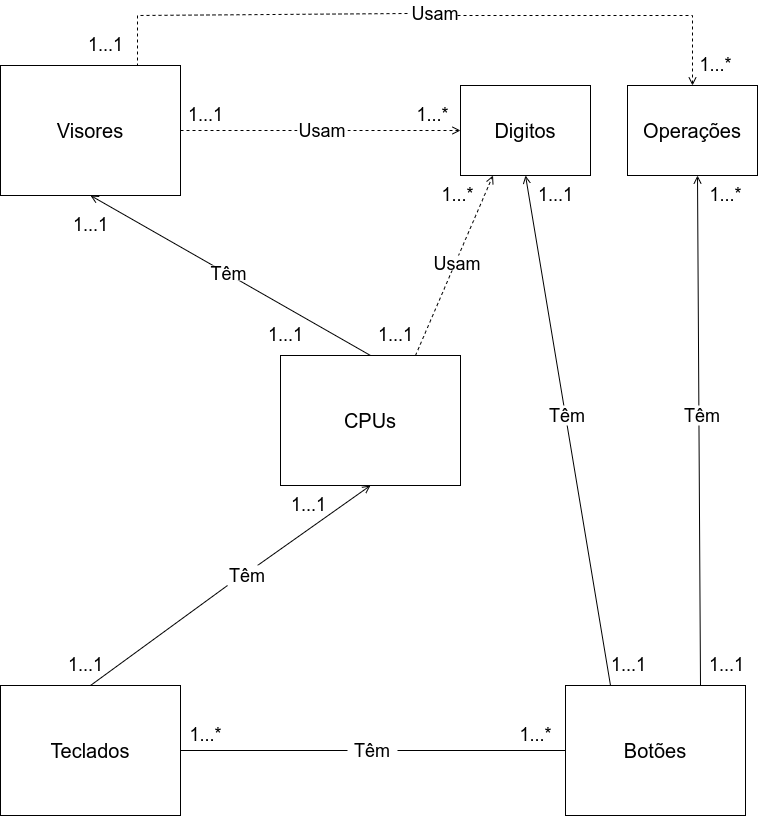
Before: Model/Calculator.drawio.png, a diagram exported from draw.io (RenanGAS/Calculator). Source tidied: cells renumbered, new cells last; positions are measured from the earlier drawing's top-left corner, leaving out a move shared by most shapes. Source of this version:
```xml
<mxGraphModel>
  <root>
    <mxCell id="0" />
    <mxCell id="1" parent="0" />
    <mxCell id="2" style="endArrow=open;html=1;rounded=0;fontSize=20;endFill=0;exitX=1;exitY=0.5;exitDx=0;exitDy=0;entryX=0;entryY=0.5;entryDx=0;entryDy=0;dashed=1;" parent="1" edge="1" source="36" target="4">
      <mxGeometry relative="1" as="geometry" />
    </mxCell>
    <mxCell id="3" value="&lt;font style=&quot;font-size: 20px&quot;&gt;Visores&lt;/font&gt;" style="rounded=0;whiteSpace=wrap;html=1;" parent="1" vertex="1">
      <mxGeometry y="60" width="180" height="130" as="geometry" />
    </mxCell>
    <mxCell id="4" value="&lt;font style=&quot;font-size: 20px&quot;&gt;Digitos&lt;/font&gt;" style="rounded=0;whiteSpace=wrap;html=1;" parent="1" vertex="1">
      <mxGeometry x="460" y="80" width="130" height="90" as="geometry" />
    </mxCell>
    <mxCell id="5" value="&lt;font style=&quot;font-size: 20px&quot;&gt;CPUs&lt;/font&gt;" style="rounded=0;whiteSpace=wrap;html=1;" parent="1" vertex="1">
      <mxGeometry x="280" y="350" width="180" height="130" as="geometry" />
    </mxCell>
    <mxCell id="6" value="&lt;font style=&quot;font-size: 20px&quot;&gt;Teclados&lt;/font&gt;" style="rounded=0;whiteSpace=wrap;html=1;" parent="1" vertex="1">
      <mxGeometry y="680" width="180" height="130" as="geometry" />
    </mxCell>
    <mxCell id="7" value="&lt;font style=&quot;font-size: 20px&quot;&gt;Botões&lt;/font&gt;" style="rounded=0;whiteSpace=wrap;html=1;" parent="1" vertex="1">
      <mxGeometry x="565" y="680" width="180" height="130" as="geometry" />
    </mxCell>
    <mxCell id="8" style="endArrow=none;html=1;rounded=0;fontSize=20;endFill=0;exitX=0;exitY=0.5;exitDx=0;exitDy=0;entryX=1;entryY=0.5;entryDx=0;entryDy=0;" parent="1" edge="1" source="7" target="6">
      <mxGeometry relative="1" as="geometry" />
    </mxCell>
    <mxCell id="9" style="endArrow=open;html=1;rounded=0;fontSize=20;endFill=0;exitX=0.25;exitY=0;exitDx=0;exitDy=0;entryX=0.5;entryY=1;entryDx=0;entryDy=0;" parent="1" edge="1" source="7" target="4">
      <mxGeometry relative="1" as="geometry" />
    </mxCell>
    <mxCell id="10" value="&lt;font style=&quot;font-size: 18px&quot;&gt;Têm&lt;/font&gt;" style="text;html=1;strokeColor=none;fillColor=default;align=center;verticalAlign=middle;whiteSpace=wrap;rounded=0;fontSize=20;" parent="1" vertex="1">
      <mxGeometry x="347" y="735" width="50" height="20" as="geometry" />
    </mxCell>
    <mxCell id="11" value="&lt;font style=&quot;font-size: 20px&quot;&gt;Operações&lt;/font&gt;" style="rounded=0;whiteSpace=wrap;html=1;" parent="1" vertex="1">
      <mxGeometry x="627" y="80" width="130" height="90" as="geometry" />
    </mxCell>
    <mxCell id="12" style="endArrow=open;html=1;rounded=0;fontSize=20;endFill=0;exitX=0.75;exitY=0;exitDx=0;exitDy=0;entryX=0.5;entryY=1;entryDx=0;entryDy=0;" parent="1" edge="1" source="7">
      <mxGeometry relative="1" as="geometry">
        <mxPoint x="697" y="170" as="targetPoint" />
      </mxGeometry>
    </mxCell>
    <mxCell id="13" value="&lt;font style=&quot;font-size: 18px&quot;&gt;Têm&lt;/font&gt;" style="text;html=1;strokeColor=none;fillColor=default;align=center;verticalAlign=middle;whiteSpace=wrap;rounded=0;fontSize=20;" parent="1" vertex="1">
      <mxGeometry x="547" y="400" width="40" height="20" as="geometry" />
    </mxCell>
    <mxCell id="14" value="&lt;font style=&quot;font-size: 18px&quot;&gt;Têm&lt;/font&gt;" style="text;html=1;strokeColor=none;fillColor=default;align=center;verticalAlign=middle;whiteSpace=wrap;rounded=0;fontSize=20;" parent="1" vertex="1">
      <mxGeometry x="677" y="400" width="50" height="20" as="geometry" />
    </mxCell>
    <mxCell id="15" style="endArrow=none;html=1;rounded=0;fontSize=20;endFill=0;exitX=0;exitY=0.5;exitDx=0;exitDy=0;entryX=1;entryY=0.5;entryDx=0;entryDy=0;dashed=1;startArrow=none;" parent="1" edge="1" source="36" target="3">
      <mxGeometry relative="1" as="geometry" />
    </mxCell>
    <mxCell id="16" style="endArrow=open;html=1;rounded=0;fontSize=20;endFill=0;exitX=0.5;exitY=0;exitDx=0;exitDy=0;entryX=0.5;entryY=1;entryDx=0;entryDy=0;" parent="1" edge="1" source="5" target="3">
      <mxGeometry relative="1" as="geometry" />
    </mxCell>
    <mxCell id="17" value="&lt;font style=&quot;font-size: 18px&quot;&gt;Têm&lt;/font&gt;" style="text;html=1;strokeColor=none;fillColor=default;align=center;verticalAlign=middle;whiteSpace=wrap;rounded=0;fontSize=20;" parent="1" vertex="1">
      <mxGeometry x="207" y="260" width="43" height="15" as="geometry" />
    </mxCell>
    <mxCell id="18" style="endArrow=open;html=1;rounded=0;fontSize=20;endFill=0;exitX=0.75;exitY=0;exitDx=0;exitDy=0;entryX=0.5;entryY=1;entryDx=0;entryDy=0;startArrow=none;" parent="1" edge="1" source="39" target="5">
      <mxGeometry relative="1" as="geometry" />
    </mxCell>
    <mxCell id="19" style="endArrow=open;html=1;rounded=0;fontSize=20;endFill=0;exitX=0.75;exitY=0;exitDx=0;exitDy=0;entryX=0.25;entryY=1;entryDx=0;entryDy=0;dashed=1;" parent="1" edge="1" source="5" target="4">
      <mxGeometry relative="1" as="geometry" />
    </mxCell>
    <mxCell id="20" value="&lt;font style=&quot;font-size: 18px&quot;&gt;Usam&lt;/font&gt;" style="text;html=1;strokeColor=none;fillColor=default;align=center;verticalAlign=middle;whiteSpace=wrap;rounded=0;fontSize=20;" parent="1" vertex="1">
      <mxGeometry x="432" y="250" width="50" height="15" as="geometry" />
    </mxCell>
    <mxCell id="21" style="endArrow=none;html=1;rounded=0;fontSize=20;endFill=0;dashed=1;startArrow=none;" parent="1" edge="1">
      <mxGeometry relative="1" as="geometry">
        <mxPoint x="407" y="8" as="sourcePoint" />
        <mxPoint x="137" y="60" as="targetPoint" />
        <Array as="points">
          <mxPoint x="137" y="10" />
        </Array>
      </mxGeometry>
    </mxCell>
    <mxCell id="22" value="&lt;font style=&quot;font-size: 18px&quot;&gt;1...*&lt;/font&gt;" style="text;html=1;strokeColor=none;fillColor=none;align=center;verticalAlign=middle;whiteSpace=wrap;rounded=0;fontSize=18;" parent="1" vertex="1">
      <mxGeometry x="187" y="720" width="37" height="20" as="geometry" />
    </mxCell>
    <mxCell id="23" value="&lt;font style=&quot;font-size: 18px&quot;&gt;1...*&lt;/font&gt;" style="text;html=1;strokeColor=none;fillColor=none;align=center;verticalAlign=middle;whiteSpace=wrap;rounded=0;fontSize=18;" parent="1" vertex="1">
      <mxGeometry x="517" y="720" width="37" height="20" as="geometry" />
    </mxCell>
    <mxCell id="24" value="&lt;font style=&quot;font-size: 18px&quot;&gt;1...1&lt;/font&gt;" style="text;html=1;strokeColor=none;fillColor=none;align=center;verticalAlign=middle;whiteSpace=wrap;rounded=0;fontSize=18;" parent="1" vertex="1">
      <mxGeometry x="290" y="490" width="37" height="20" as="geometry" />
    </mxCell>
    <mxCell id="25" value="&lt;font style=&quot;font-size: 18px&quot;&gt;1...1&lt;/font&gt;" style="text;html=1;strokeColor=none;fillColor=none;align=center;verticalAlign=middle;whiteSpace=wrap;rounded=0;fontSize=18;" parent="1" vertex="1">
      <mxGeometry x="67" y="650" width="37" height="20" as="geometry" />
    </mxCell>
    <mxCell id="26" value="&lt;font style=&quot;font-size: 18px&quot;&gt;1...1&lt;/font&gt;" style="text;html=1;strokeColor=none;fillColor=none;align=center;verticalAlign=middle;whiteSpace=wrap;rounded=0;fontSize=18;" parent="1" vertex="1">
      <mxGeometry x="537" y="180" width="37" height="20" as="geometry" />
    </mxCell>
    <mxCell id="27" value="&lt;font style=&quot;font-size: 18px&quot;&gt;1...1&lt;/font&gt;" style="text;html=1;strokeColor=none;fillColor=none;align=center;verticalAlign=middle;whiteSpace=wrap;rounded=0;fontSize=18;" parent="1" vertex="1">
      <mxGeometry x="610" y="650" width="37" height="20" as="geometry" />
    </mxCell>
    <mxCell id="28" value="&lt;font style=&quot;font-size: 18px&quot;&gt;1...*&lt;/font&gt;" style="text;html=1;strokeColor=none;fillColor=none;align=center;verticalAlign=middle;whiteSpace=wrap;rounded=0;fontSize=18;" parent="1" vertex="1">
      <mxGeometry x="707" y="180" width="37" height="20" as="geometry" />
    </mxCell>
    <mxCell id="29" value="&lt;font style=&quot;font-size: 18px&quot;&gt;1...1&lt;/font&gt;" style="text;html=1;strokeColor=none;fillColor=none;align=center;verticalAlign=middle;whiteSpace=wrap;rounded=0;fontSize=18;" parent="1" vertex="1">
      <mxGeometry x="708" y="650" width="37" height="20" as="geometry" />
    </mxCell>
    <mxCell id="30" value="&lt;font style=&quot;font-size: 18px&quot;&gt;1...*&lt;/font&gt;" style="text;html=1;strokeColor=none;fillColor=none;align=center;verticalAlign=middle;whiteSpace=wrap;rounded=0;fontSize=18;" parent="1" vertex="1">
      <mxGeometry x="438.5" y="180" width="37" height="20" as="geometry" />
    </mxCell>
    <mxCell id="31" value="&lt;font style=&quot;font-size: 18px&quot;&gt;1...1&lt;/font&gt;" style="text;html=1;strokeColor=none;fillColor=none;align=center;verticalAlign=middle;whiteSpace=wrap;rounded=0;fontSize=18;" parent="1" vertex="1">
      <mxGeometry x="377" y="320" width="37" height="20" as="geometry" />
    </mxCell>
    <mxCell id="32" value="&lt;font style=&quot;font-size: 18px&quot;&gt;1...*&lt;/font&gt;" style="text;html=1;strokeColor=none;fillColor=none;align=center;verticalAlign=middle;whiteSpace=wrap;rounded=0;fontSize=18;" parent="1" vertex="1">
      <mxGeometry x="697" y="50" width="37" height="20" as="geometry" />
    </mxCell>
    <mxCell id="33" value="&lt;font style=&quot;font-size: 18px&quot;&gt;1...1&lt;/font&gt;" style="text;html=1;strokeColor=none;fillColor=none;align=center;verticalAlign=middle;whiteSpace=wrap;rounded=0;fontSize=18;" parent="1" vertex="1">
      <mxGeometry x="87" y="30" width="37" height="20" as="geometry" />
    </mxCell>
    <mxCell id="34" value="&lt;font style=&quot;font-size: 18px&quot;&gt;1...*&lt;/font&gt;" style="text;html=1;strokeColor=none;fillColor=none;align=center;verticalAlign=middle;whiteSpace=wrap;rounded=0;fontSize=18;" parent="1" vertex="1">
      <mxGeometry x="414" y="100" width="37" height="20" as="geometry" />
    </mxCell>
    <mxCell id="35" value="&lt;font style=&quot;font-size: 18px&quot;&gt;1...1&lt;/font&gt;" style="text;html=1;strokeColor=none;fillColor=none;align=center;verticalAlign=middle;whiteSpace=wrap;rounded=0;fontSize=18;" parent="1" vertex="1">
      <mxGeometry x="187" y="100" width="37" height="20" as="geometry" />
    </mxCell>
    <mxCell id="36" value="&lt;font style=&quot;font-size: 18px&quot;&gt;Usam&lt;/font&gt;" style="text;html=1;strokeColor=none;fillColor=default;align=center;verticalAlign=middle;whiteSpace=wrap;rounded=0;fontSize=20;" parent="1" vertex="1">
      <mxGeometry x="297" y="117.5" width="50" height="15" as="geometry" />
    </mxCell>
    <mxCell id="37" value="&lt;font style=&quot;font-size: 18px&quot;&gt;Usam&lt;/font&gt;" style="text;html=1;strokeColor=none;fillColor=default;align=center;verticalAlign=middle;whiteSpace=wrap;rounded=0;fontSize=20;" parent="1" vertex="1">
      <mxGeometry x="410" width="50" height="15" as="geometry" />
    </mxCell>
    <mxCell id="38" style="endArrow=open;html=1;rounded=0;fontSize=20;endFill=0;exitX=0.5;exitY=0;exitDx=0;exitDy=0;dashed=1;entryX=0.5;entryY=0;entryDx=0;entryDy=0;" parent="1" edge="1" target="11">
      <mxGeometry relative="1" as="geometry">
        <mxPoint x="457" y="10" as="sourcePoint" />
        <Array as="points">
          <mxPoint x="517" y="10" />
          <mxPoint x="692" y="10" />
        </Array>
      </mxGeometry>
    </mxCell>
    <mxCell id="39" value="&lt;font style=&quot;font-size: 18px&quot;&gt;Têm&lt;/font&gt;" style="text;html=1;strokeColor=none;fillColor=default;align=center;verticalAlign=middle;whiteSpace=wrap;rounded=0;fontSize=20;" parent="1" vertex="1">
      <mxGeometry x="227" y="560" width="40" height="20" as="geometry" />
    </mxCell>
    <mxCell id="40" style="endArrow=none;html=1;rounded=0;fontSize=20;endFill=0;exitX=0.5;exitY=0;exitDx=0;exitDy=0;entryX=0;entryY=1;entryDx=0;entryDy=0;" parent="1" edge="1" source="6" target="39">
      <mxGeometry relative="1" as="geometry" />
    </mxCell>
    <mxCell id="41" value="&lt;font style=&quot;font-size: 18px&quot;&gt;1...1&lt;/font&gt;" style="text;html=1;strokeColor=none;fillColor=none;align=center;verticalAlign=middle;whiteSpace=wrap;rounded=0;fontSize=18;" parent="1" vertex="1">
      <mxGeometry x="71.5" y="210" width="37" height="20" as="geometry" />
    </mxCell>
    <mxCell id="42" value="&lt;font style=&quot;font-size: 18px&quot;&gt;1...1&lt;/font&gt;" style="text;html=1;strokeColor=none;fillColor=none;align=center;verticalAlign=middle;whiteSpace=wrap;rounded=0;fontSize=18;" parent="1" vertex="1">
      <mxGeometry x="267" y="320" width="37" height="20" as="geometry" />
    </mxCell>
  </root>
</mxGraphModel>
```
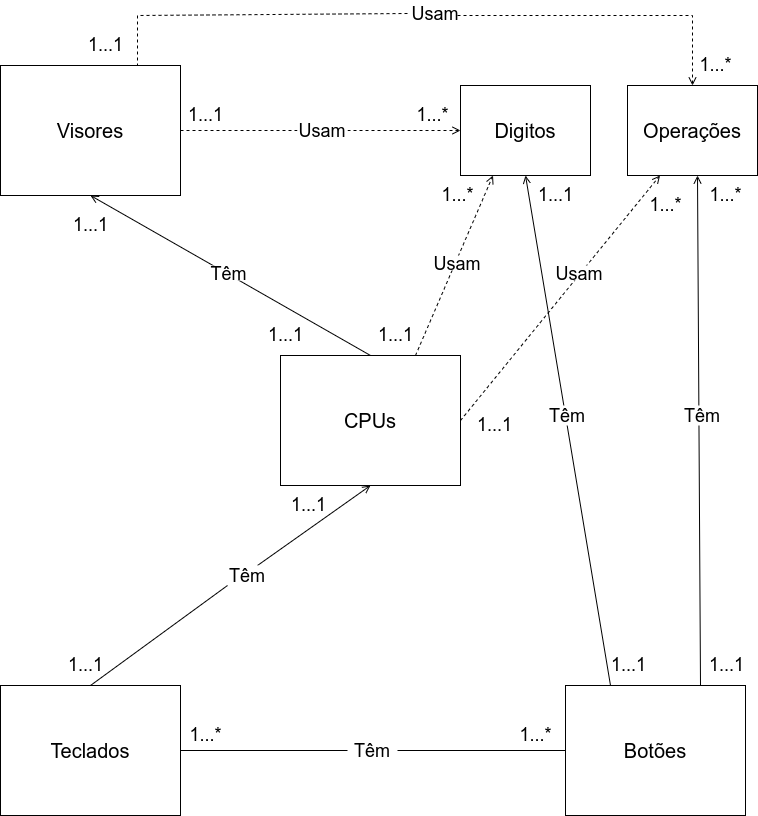
The same diagram one commit later.

Diff of the diagram source:
```diff
@@ -139,5 +139,17 @@
     <mxCell id="42" value="&lt;font style=&quot;font-size: 18px&quot;&gt;1...1&lt;/font&gt;" style="text;html=1;strokeColor=none;fillColor=none;align=center;verticalAlign=middle;whiteSpace=wrap;rounded=0;fontSize=18;" parent="1" vertex="1">
       <mxGeometry x="267" y="320" width="37" height="20" as="geometry" />
     </mxCell>
+    <mxCell id="43" style="endArrow=open;html=1;rounded=0;fontSize=20;endFill=0;exitX=1;exitY=0.5;exitDx=0;exitDy=0;entryX=0.25;entryY=1;entryDx=0;entryDy=0;dashed=1;" parent="1" edge="1" source="5" target="11">
+      <mxGeometry relative="1" as="geometry" />
+    </mxCell>
+    <mxCell id="44" value="&lt;font style=&quot;font-size: 18px&quot;&gt;Usam&lt;/font&gt;" style="text;html=1;strokeColor=none;fillColor=default;align=center;verticalAlign=middle;whiteSpace=wrap;rounded=0;fontSize=20;" parent="1" vertex="1">
+      <mxGeometry x="554" y="260" width="50" height="15" as="geometry" />
+    </mxCell>
+    <mxCell id="45" value="&lt;font style=&quot;font-size: 18px&quot;&gt;1...*&lt;/font&gt;" style="text;html=1;strokeColor=none;fillColor=none;align=center;verticalAlign=middle;whiteSpace=wrap;rounded=0;fontSize=18;" parent="1" vertex="1">
+      <mxGeometry x="647" y="190" width="37" height="20" as="geometry" />
+    </mxCell>
+    <mxCell id="46" value="&lt;font style=&quot;font-size: 18px&quot;&gt;1...1&lt;/font&gt;" style="text;html=1;strokeColor=none;fillColor=none;align=center;verticalAlign=middle;whiteSpace=wrap;rounded=0;fontSize=18;" parent="1" vertex="1">
+      <mxGeometry x="475.5" y="410" width="37" height="20" as="geometry" />
+    </mxCell>
   </root>
 </mxGraphModel>
```
